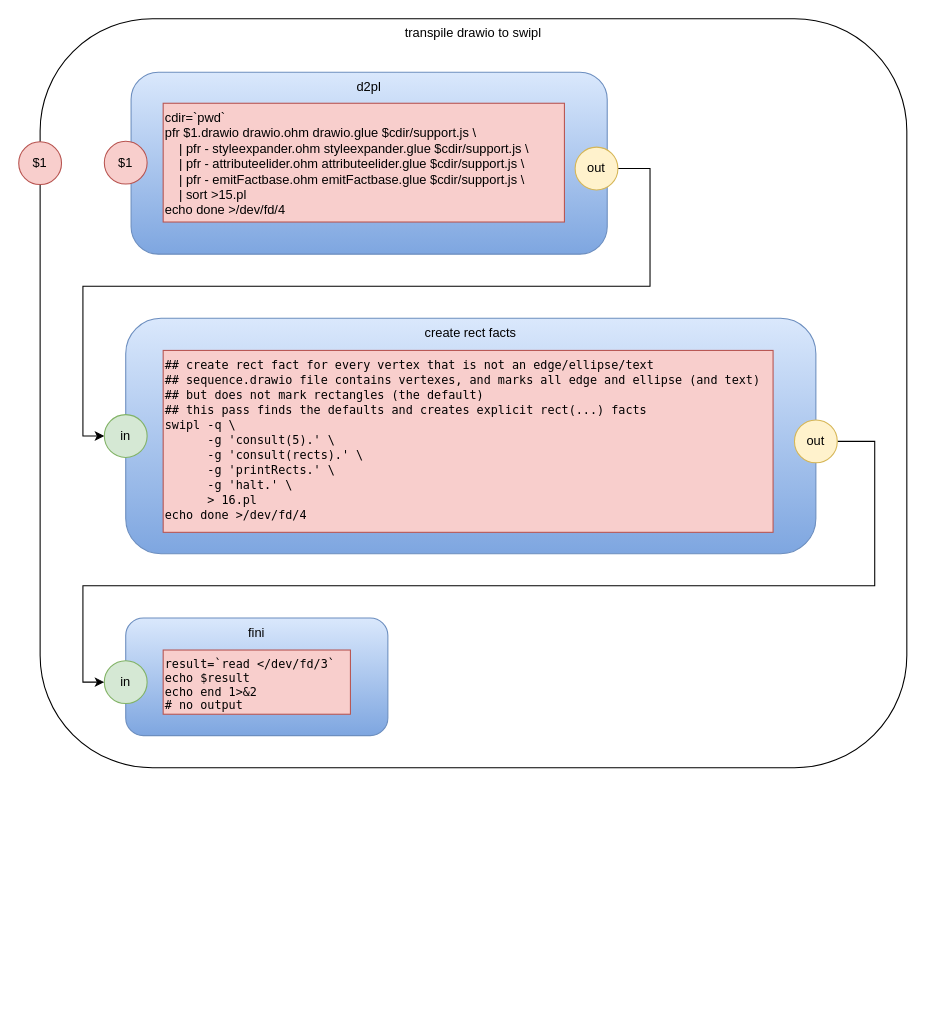
guitarvydas/vsh keeps this draw.io diagram as transpile_drawio_to_swipl.drawio. Above is the earlier version. Source tidied: cells renumbered, new cells numbered last; positions are measured from the earlier drawing's top-left corner, leaving out a move shared by most shapes. Both pictures are drawn from the tidied source at 107%, with x=0, y=0 at pixel (18, 18).
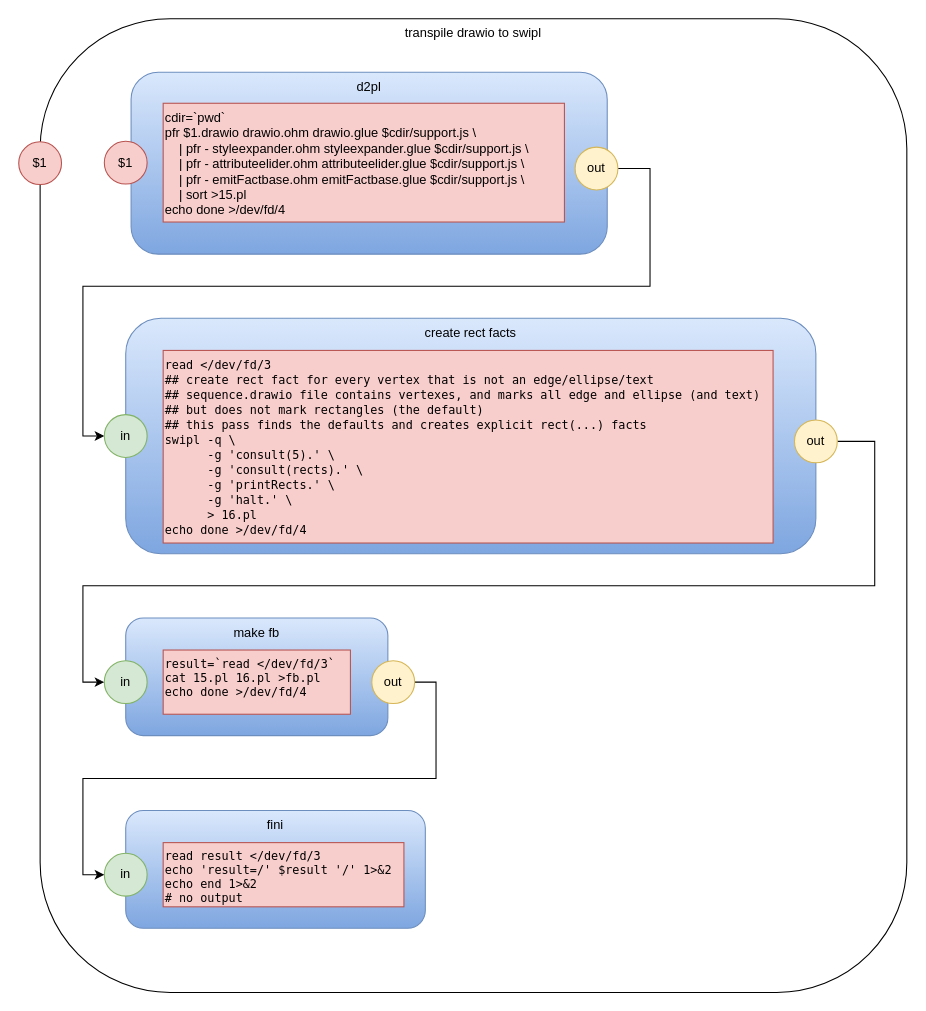
After the change.

What changed in the source:
```diff
@@
     <mxCell id="2" value="transpile drawio to swipl" style="rounded=1;whiteSpace=wrap;html=1;verticalAlign=top;" parent="1" vertex="1">
-      <mxGeometry x="20" width="810" height="700" as="geometry" />
+      <mxGeometry x="20" width="810" height="910" as="geometry" />
     </mxCell>
@@
-    <mxCell id="9" value="&lt;p class=&quot;p1&quot; style=&quot;margin: 0px ; font-stretch: normal ; line-height: normal&quot;&gt;&lt;font face=&quot;menlo&quot;&gt;&lt;span style=&quot;font-size: 11px&quot;&gt;## create rect fact for every vertex that is not an edge/ellipse/text&lt;/span&gt;&lt;/font&gt;&lt;/p&gt;&lt;p class=&quot;p1&quot; style=&quot;margin: 0px ; font-stretch: normal ; line-height: normal&quot;&gt;&lt;font face=&quot;menlo&quot;&gt;&lt;span style=&quot;font-size: 11px&quot;&gt;## sequence.drawio file contains vertexes, and marks all edge and ellipse (and text)&lt;/span&gt;&lt;/font&gt;&lt;/p&gt;&lt;p class=&quot;p1&quot; style=&quot;margin: 0px ; font-stretch: normal ; line-height: normal&quot;&gt;&lt;font face=&quot;menlo&quot;&gt;&lt;span style=&quot;font-size: 11px&quot;&gt;## but does not mark rectangles (the default)&lt;/span&gt;&lt;/font&gt;&lt;/p&gt;&lt;p class=&quot;p1&quot; style=&quot;margin: 0px ; font-stretch: normal ; line-height: normal&quot;&gt;&lt;font face=&quot;menlo&quot;&gt;&lt;span style=&quot;font-size: 11px&quot;&gt;## this pass finds the defaults and creates explicit rect(...) facts&lt;/span&gt;&lt;/font&gt;&lt;/p&gt;&lt;p class=&quot;p1&quot; style=&quot;margin: 0px ; font-stretch: normal ; line-height: normal&quot;&gt;&lt;font face=&quot;menlo&quot;&gt;&lt;span style=&quot;font-size: 11px&quot;&gt;swipl -q \&lt;/span&gt;&lt;/font&gt;&lt;/p&gt;&lt;p class=&quot;p1&quot; style=&quot;margin: 0px ; font-stretch: normal ; line-height: normal&quot;&gt;&lt;font face=&quot;menlo&quot;&gt;&lt;span style=&quot;font-size: 11px&quot;&gt;&amp;nbsp; &amp;nbsp; &amp;nbsp; -g 'consult(5).' \&lt;/span&gt;&lt;/font&gt;&lt;/p&gt;&lt;p class=&quot;p1&quot; style=&quot;margin: 0px ; font-stretch: normal ; line-height: normal&quot;&gt;&lt;font face=&quot;menlo&quot;&gt;&lt;span style=&quot;font-size: 11px&quot;&gt;&amp;nbsp; &amp;nbsp; &amp;nbsp; -g 'consult(rects).' \&lt;/span&gt;&lt;/font&gt;&lt;/p&gt;&lt;p class=&quot;p1&quot; style=&quot;margin: 0px ; font-stretch: normal ; line-height: normal&quot;&gt;&lt;font face=&quot;menlo&quot;&gt;&lt;span style=&quot;font-size: 11px&quot;&gt;&amp;nbsp; &amp;nbsp; &amp;nbsp; -g 'printRects.' \&lt;/span&gt;&lt;/font&gt;&lt;/p&gt;&lt;p class=&quot;p1&quot; style=&quot;margin: 0px ; font-stretch: normal ; line-height: normal&quot;&gt;&lt;font face=&quot;menlo&quot;&gt;&lt;span style=&quot;font-size: 11px&quot;&gt;&amp;nbsp; &amp;nbsp; &amp;nbsp; -g 'halt.' \&lt;/span&gt;&lt;/font&gt;&lt;/p&gt;&lt;p class=&quot;p1&quot; style=&quot;margin: 0px ; font-stretch: normal ; line-height: normal&quot;&gt;&lt;font face=&quot;menlo&quot;&gt;&lt;span style=&quot;font-size: 11px&quot;&gt;&amp;nbsp; &amp;nbsp; &amp;nbsp; &amp;gt; 16.pl&lt;/span&gt;&lt;/font&gt;&lt;/p&gt;&lt;p class=&quot;p1&quot; style=&quot;margin: 0px ; font-stretch: normal ; line-height: normal&quot;&gt;&lt;font face=&quot;menlo&quot;&gt;&lt;span style=&quot;font-size: 11px&quot;&gt;echo done &amp;gt;/dev/fd/4&lt;/span&gt;&lt;/font&gt;&lt;/p&gt;&lt;div&gt;&lt;br&gt;&lt;/div&gt;" style="rounded=0;whiteSpace=wrap;html=1;fillColor=#f8cecc;strokeColor=#b85450;align=left;verticalAlign=top;" parent="1" vertex="1">
-      <mxGeometry x="135" y="310" width="570" height="170" as="geometry" />
+    <mxCell id="9" value="&lt;p class=&quot;p1&quot; style=&quot;margin: 0px ; font-stretch: normal ; line-height: normal&quot;&gt;&lt;font face=&quot;menlo&quot;&gt;&lt;span style=&quot;font-size: 11px&quot;&gt;read &amp;lt;/dev/fd/3&lt;/span&gt;&lt;/font&gt;&lt;/p&gt;&lt;p class=&quot;p1&quot; style=&quot;margin: 0px ; font-stretch: normal ; line-height: normal&quot;&gt;&lt;font face=&quot;menlo&quot;&gt;&lt;span style=&quot;font-size: 11px&quot;&gt;## create rect fact for every vertex that is not an edge/ellipse/text&lt;/span&gt;&lt;/font&gt;&lt;/p&gt;&lt;p class=&quot;p1&quot; style=&quot;margin: 0px ; font-stretch: normal ; line-height: normal&quot;&gt;&lt;font face=&quot;menlo&quot;&gt;&lt;span style=&quot;font-size: 11px&quot;&gt;## sequence.drawio file contains vertexes, and marks all edge and ellipse (and text)&lt;/span&gt;&lt;/font&gt;&lt;/p&gt;&lt;p class=&quot;p1&quot; style=&quot;margin: 0px ; font-stretch: normal ; line-height: normal&quot;&gt;&lt;font face=&quot;menlo&quot;&gt;&lt;span style=&quot;font-size: 11px&quot;&gt;## but does not mark rectangles (the default)&lt;/span&gt;&lt;/font&gt;&lt;/p&gt;&lt;p class=&quot;p1&quot; style=&quot;margin: 0px ; font-stretch: normal ; line-height: normal&quot;&gt;&lt;font face=&quot;menlo&quot;&gt;&lt;span style=&quot;font-size: 11px&quot;&gt;## this pass finds the defaults and creates explicit rect(...) facts&lt;/span&gt;&lt;/font&gt;&lt;/p&gt;&lt;p class=&quot;p1&quot; style=&quot;margin: 0px ; font-stretch: normal ; line-height: normal&quot;&gt;&lt;font face=&quot;menlo&quot;&gt;&lt;span style=&quot;font-size: 11px&quot;&gt;swipl -q \&lt;/span&gt;&lt;/font&gt;&lt;/p&gt;&lt;p class=&quot;p1&quot; style=&quot;margin: 0px ; font-stretch: normal ; line-height: normal&quot;&gt;&lt;font face=&quot;menlo&quot;&gt;&lt;span style=&quot;font-size: 11px&quot;&gt;&amp;nbsp; &amp;nbsp; &amp;nbsp; -g 'consult(5).' \&lt;/span&gt;&lt;/font&gt;&lt;/p&gt;&lt;p class=&quot;p1&quot; style=&quot;margin: 0px ; font-stretch: normal ; line-height: normal&quot;&gt;&lt;font face=&quot;menlo&quot;&gt;&lt;span style=&quot;font-size: 11px&quot;&gt;&amp;nbsp; &amp;nbsp; &amp;nbsp; -g 'consult(rects).' \&lt;/span&gt;&lt;/font&gt;&lt;/p&gt;&lt;p class=&quot;p1&quot; style=&quot;margin: 0px ; font-stretch: normal ; line-height: normal&quot;&gt;&lt;font face=&quot;menlo&quot;&gt;&lt;span style=&quot;font-size: 11px&quot;&gt;&amp;nbsp; &amp;nbsp; &amp;nbsp; -g 'printRects.' \&lt;/span&gt;&lt;/font&gt;&lt;/p&gt;&lt;p class=&quot;p1&quot; style=&quot;margin: 0px ; font-stretch: normal ; line-height: normal&quot;&gt;&lt;font face=&quot;menlo&quot;&gt;&lt;span style=&quot;font-size: 11px&quot;&gt;&amp;nbsp; &amp;nbsp; &amp;nbsp; -g 'halt.' \&lt;/span&gt;&lt;/font&gt;&lt;/p&gt;&lt;p class=&quot;p1&quot; style=&quot;margin: 0px ; font-stretch: normal ; line-height: normal&quot;&gt;&lt;font face=&quot;menlo&quot;&gt;&lt;span style=&quot;font-size: 11px&quot;&gt;&amp;nbsp; &amp;nbsp; &amp;nbsp; &amp;gt; 16.pl&lt;/span&gt;&lt;/font&gt;&lt;/p&gt;&lt;p class=&quot;p1&quot; style=&quot;margin: 0px ; font-stretch: normal ; line-height: normal&quot;&gt;&lt;font face=&quot;menlo&quot;&gt;&lt;span style=&quot;font-size: 11px&quot;&gt;echo done &amp;gt;/dev/fd/4&lt;/span&gt;&lt;/font&gt;&lt;/p&gt;&lt;div&gt;&lt;br&gt;&lt;/div&gt;" style="rounded=0;whiteSpace=wrap;html=1;fillColor=#f8cecc;strokeColor=#b85450;align=left;verticalAlign=top;" parent="1" vertex="1">
+      <mxGeometry x="135" y="310" width="570" height="180" as="geometry" />
     </mxCell>
@@
-    <mxCell id="12" value="fini" style="rounded=1;whiteSpace=wrap;html=1;gradientColor=#7ea6e0;fillColor=#dae8fc;strokeColor=#6c8ebf;verticalAlign=top;" parent="1" vertex="1">
+    <mxCell id="12" value="make fb" style="rounded=1;whiteSpace=wrap;html=1;gradientColor=#7ea6e0;fillColor=#dae8fc;strokeColor=#6c8ebf;verticalAlign=top;" parent="1" vertex="1">
       <mxGeometry x="100" y="560" width="245" height="110" as="geometry" />
     </mxCell>
@@
-    <mxCell id="14" value="&lt;p class=&quot;p1&quot; style=&quot;margin: 0px ; font-stretch: normal ; font-size: 11px ; line-height: normal ; font-family: &amp;#34;menlo&amp;#34;&quot;&gt;&lt;span class=&quot;s1&quot;&gt;result=`read &amp;lt;/dev/fd/3`&lt;/span&gt;&lt;/p&gt;&lt;p class=&quot;p1&quot; style=&quot;margin: 0px ; font-stretch: normal ; font-size: 11px ; line-height: normal ; font-family: &amp;#34;menlo&amp;#34;&quot;&gt;&lt;span class=&quot;s1&quot;&gt;echo $result&lt;/span&gt;&lt;/p&gt;&lt;p class=&quot;p1&quot; style=&quot;margin: 0px ; font-stretch: normal ; font-size: 11px ; line-height: normal ; font-family: &amp;#34;menlo&amp;#34;&quot;&gt;&lt;span class=&quot;s1&quot;&gt;echo end 1&amp;gt;&amp;amp;2&lt;/span&gt;&lt;/p&gt;&lt;p class=&quot;p1&quot; style=&quot;margin: 0px ; font-stretch: normal ; font-size: 11px ; line-height: normal ; font-family: &amp;#34;menlo&amp;#34;&quot;&gt;&lt;span class=&quot;s1&quot;&gt;# no output&lt;/span&gt;&lt;/p&gt;&lt;p class=&quot;p1&quot; style=&quot;margin: 0px ; font-stretch: normal ; font-size: 11px ; line-height: normal ; font-family: &amp;#34;menlo&amp;#34;&quot;&gt;&lt;br&gt;&lt;/p&gt;" style="rounded=0;whiteSpace=wrap;html=1;fillColor=#f8cecc;strokeColor=#b85450;align=left;verticalAlign=top;" parent="1" vertex="1">
+    <mxCell id="14" value="&lt;p class=&quot;p1&quot; style=&quot;margin: 0px ; font-stretch: normal ; font-size: 11px ; line-height: normal ; font-family: &amp;#34;menlo&amp;#34;&quot;&gt;&lt;span class=&quot;s1&quot;&gt;result=`read &amp;lt;/dev/fd/3`&lt;/span&gt;&lt;/p&gt;&lt;p class=&quot;p1&quot; style=&quot;margin: 0px ; font-stretch: normal ; font-size: 11px ; line-height: normal ; font-family: &amp;#34;menlo&amp;#34;&quot;&gt;cat 15.pl 16.pl &amp;gt;fb.pl&lt;/p&gt;&lt;p class=&quot;p1&quot; style=&quot;margin: 0px ; font-stretch: normal ; font-size: 11px ; line-height: normal ; font-family: &amp;#34;menlo&amp;#34;&quot;&gt;echo done &amp;gt;/dev/fd/4&lt;/p&gt;" style="rounded=0;whiteSpace=wrap;html=1;fillColor=#f8cecc;strokeColor=#b85450;align=left;verticalAlign=top;" parent="1" vertex="1">
       <mxGeometry x="135" y="590" width="175" height="60" as="geometry" />
     </mxCell>
@@
+    <mxCell id="17" value="fini" style="rounded=1;whiteSpace=wrap;html=1;gradientColor=#7ea6e0;fillColor=#dae8fc;strokeColor=#6c8ebf;verticalAlign=top;" parent="1" vertex="1">
+      <mxGeometry x="100" y="740" width="280" height="110" as="geometry" />
+    </mxCell>
+    <mxCell id="18" value="in" style="ellipse;whiteSpace=wrap;html=1;fillColor=#d5e8d4;strokeColor=#82b366;" parent="1" vertex="1">
+      <mxGeometry x="80" y="780" width="40" height="40" as="geometry" />
+    </mxCell>
+    <mxCell id="19" value="&lt;p class=&quot;p1&quot; style=&quot;margin: 0px ; font-stretch: normal ; font-size: 11px ; line-height: normal ; font-family: &amp;#34;menlo&amp;#34;&quot;&gt;&lt;span class=&quot;s1&quot;&gt;read result &amp;lt;/dev/fd/3&lt;/span&gt;&lt;/p&gt;&lt;p class=&quot;p1&quot; style=&quot;margin: 0px ; font-stretch: normal ; font-size: 11px ; line-height: normal ; font-family: &amp;#34;menlo&amp;#34;&quot;&gt;&lt;span class=&quot;s1&quot;&gt;echo 'result=/' $result '/' 1&amp;gt;&amp;amp;2&lt;/span&gt;&lt;/p&gt;&lt;p class=&quot;p1&quot; style=&quot;margin: 0px ; font-stretch: normal ; font-size: 11px ; line-height: normal ; font-family: &amp;#34;menlo&amp;#34;&quot;&gt;&lt;span class=&quot;s1&quot;&gt;echo end 1&amp;gt;&amp;amp;2&lt;/span&gt;&lt;/p&gt;&lt;p class=&quot;p1&quot; style=&quot;margin: 0px ; font-stretch: normal ; font-size: 11px ; line-height: normal ; font-family: &amp;#34;menlo&amp;#34;&quot;&gt;&lt;span class=&quot;s1&quot;&gt;# no output&lt;/span&gt;&lt;/p&gt;" style="rounded=0;whiteSpace=wrap;html=1;fillColor=#f8cecc;strokeColor=#b85450;align=left;verticalAlign=top;" parent="1" vertex="1">
+      <mxGeometry x="135" y="770" width="225" height="60" as="geometry" />
+    </mxCell>
+    <mxCell id="20" style="edgeStyle=orthogonalEdgeStyle;rounded=0;jettySize=auto;html=1;entryX=0;entryY=0.5;entryDx=0;entryDy=0;" parent="1" edge="1" source="21" target="18">
+      <mxGeometry relative="1" as="geometry">
+        <Array as="points">
+          <mxPoint x="390" y="620" />
+          <mxPoint x="390" y="710" />
+          <mxPoint x="60" y="710" />
+          <mxPoint x="60" y="800" />
+        </Array>
+      </mxGeometry>
+    </mxCell>
+    <mxCell id="21" value="out" style="ellipse;whiteSpace=wrap;html=1;fillColor=#fff2cc;strokeColor=#d6b656;" parent="1" vertex="1">
+      <mxGeometry x="330" y="600" width="40" height="40" as="geometry" />
+    </mxCell>
```
